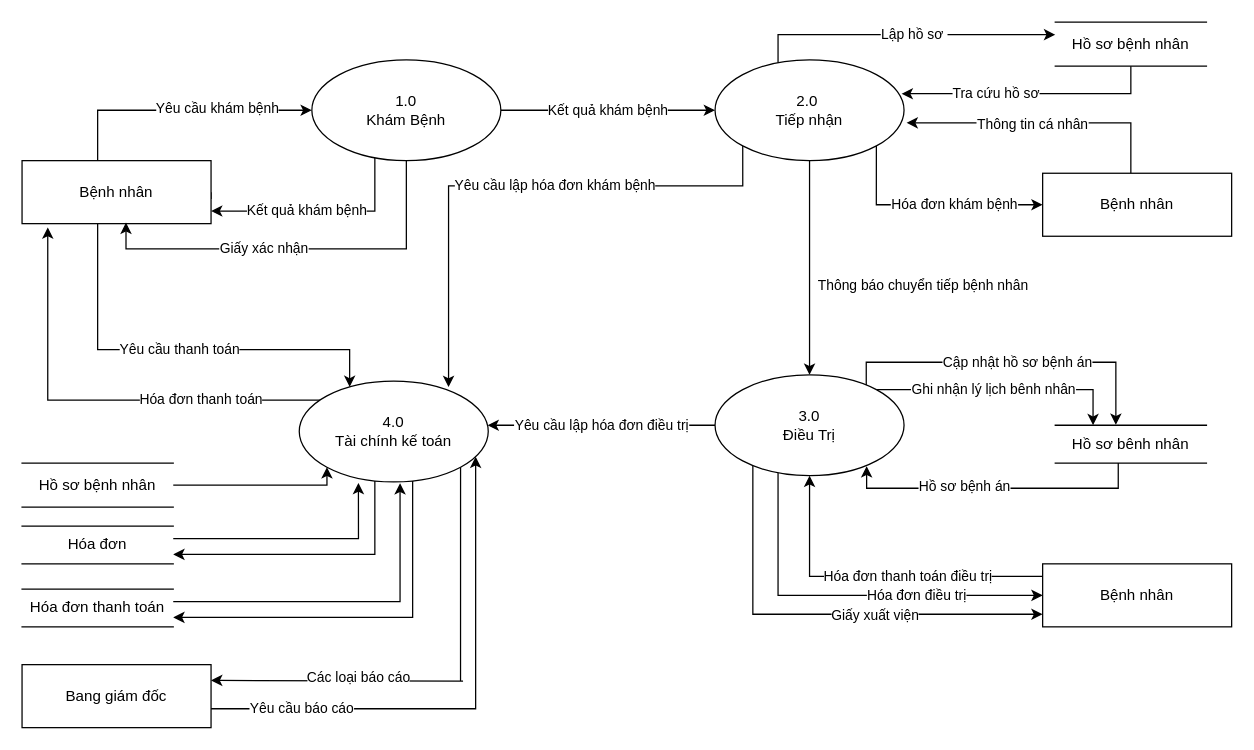
Nhatran241/HTTT keeps this draw.io diagram as MucDinh.drawio. Above is the earlier version. Source tidied: cells renumbered, new cells numbered last; positions are measured from the earlier drawing's top-left corner, leaving out a move shared by most shapes. Both pictures are drawn from the tidied source at 126%, with x=0, y=0 at pixel (21, 21).
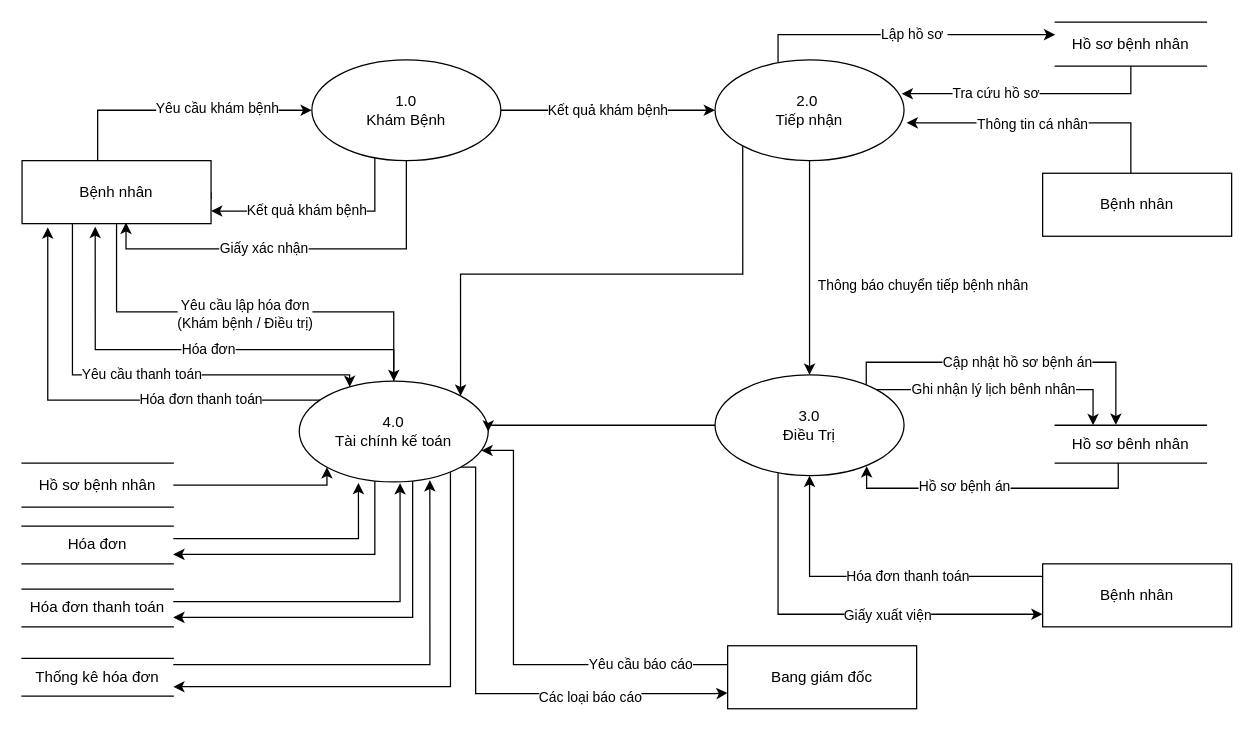
The same diagram, later.

The change refers to these unchanged cells:
```xml
<mxCell id="4" value="Bệnh nhân" style="rounded=0;whiteSpace=wrap;html=1;" parent="1" vertex="1">
  <mxGeometry y="110" width="150" height="50" as="geometry" />
</mxCell>
<mxCell id="14" value="2.0&amp;nbsp;&lt;br&gt;Tiếp nhận" style="ellipse;whiteSpace=wrap;html=1;" parent="1" vertex="1">
  <mxGeometry x="550" y="30" width="150" height="80" as="geometry" />
</mxCell>
<mxCell id="20" value="4.0&lt;br&gt;Tài chính kế toán" style="ellipse;whiteSpace=wrap;html=1;" parent="1" vertex="1">
  <mxGeometry x="220" y="285" width="150" height="80" as="geometry" />
</mxCell>
<mxCell id="28" value="3.0&lt;br&gt;Điều Trị" style="ellipse;whiteSpace=wrap;html=1;" parent="1" vertex="1">
  <mxGeometry x="550" y="280" width="150" height="80" as="geometry" />
</mxCell>
<mxCell id="33" value="Bệnh nhân" style="rounded=0;whiteSpace=wrap;html=1;" parent="1" vertex="1">
  <mxGeometry x="810" y="120" width="150" height="50" as="geometry" />
</mxCell>
<mxCell id="38" value="Bệnh nhân" style="rounded=0;whiteSpace=wrap;html=1;" parent="1" vertex="1">
  <mxGeometry x="810" y="430" width="150" height="50" as="geometry" />
</mxCell>
```

The edit, as a diff of the source:
```diff
@@
     <mxCell id="3" value="Yêu cầu thanh toán" style="edgeStyle=orthogonalEdgeStyle;rounded=0;jettySize=auto;html=1;" parent="1" edge="1" source="4" target="20">
       <mxGeometry relative="1" as="geometry">
         <Array as="points">
-          <mxPoint x="60" y="260" />
-          <mxPoint x="260" y="260" />
+          <mxPoint x="40" y="280" />
+          <mxPoint x="260" y="280" />
         </Array>
       </mxGeometry>
     </mxCell>
+    <mxCell id="47" style="edgeStyle=orthogonalEdgeStyle;rounded=0;jettySize=auto;html=1;" parent="1" edge="1" source="4" target="20">
+      <mxGeometry relative="1" as="geometry">
+        <Array as="points">
+          <mxPoint x="75" y="230" />
+          <mxPoint x="295" y="230" />
+        </Array>
+      </mxGeometry>
+    </mxCell>
+    <mxCell id="48" value="Yêu cầu lập hóa đơn&lt;br&gt;(Khám bệnh / Điều trị)" style="edgeLabel;html=1;align=center;verticalAlign=middle;" parent="47" vertex="1">
+      <mxGeometry x="-0.01" y="-1" relative="1" as="geometry" />
+    </mxCell>
@@
-    <mxCell id="11" style="edgeStyle=orthogonalEdgeStyle;rounded=0;jettySize=auto;html=1;exitX=0;exitY=1;exitDx=0;exitDy=0;entryX=0.79;entryY=0.059;entryDx=0;entryDy=0;entryPerimeter=0;" parent="1" edge="1" source="14" target="20">
+    <mxCell id="11" style="edgeStyle=orthogonalEdgeStyle;rounded=0;jettySize=auto;html=1;exitX=0;exitY=1;exitDx=0;exitDy=0;entryX=1;entryY=0;entryDx=0;entryDy=0;" parent="1" edge="1" source="14" target="20">
       <mxGeometry relative="1" as="geometry">
         <Array as="points">
-          <mxPoint x="572" y="130" />
-          <mxPoint x="339" y="130" />
+          <mxPoint x="572" y="200" />
+          <mxPoint x="348" y="200" />
         </Array>
       </mxGeometry>
     </mxCell>
-    <mxCell id="12" value="Yêu cầu lập hóa đơn khám bệnh" style="edgeLabel;html=1;align=center;verticalAlign=middle;" parent="11" vertex="1">
-      <mxGeometry x="0.03" y="-1" relative="1" as="geometry">
-        <mxPoint x="37.3" as="offset" />
-      </mxGeometry>
-    </mxCell>
-    <mxCell id="13" value="Hóa đơn khám bệnh" style="edgeStyle=orthogonalEdgeStyle;rounded=0;jettySize=auto;html=1;exitX=1;exitY=1;exitDx=0;exitDy=0;entryX=0;entryY=0.5;entryDx=0;entryDy=0;" parent="1" edge="1" source="14" target="33">
-      <mxGeometry x="0.22" relative="1" as="geometry">
-        <Array as="points">
-          <mxPoint x="678" y="145" />
-        </Array>
-      </mxGeometry>
-    </mxCell>
@@
-    <mxCell id="17" style="edgeStyle=orthogonalEdgeStyle;rounded=0;jettySize=auto;html=1;entryX=1;entryY=0.25;entryDx=0;entryDy=0;exitX=1;exitY=1;exitDx=0;exitDy=0;" parent="1" edge="1" source="20" target="44">
+    <mxCell id="17" style="edgeStyle=orthogonalEdgeStyle;rounded=0;jettySize=auto;html=1;exitX=1;exitY=1;exitDx=0;exitDy=0;entryX=0;entryY=0.75;entryDx=0;entryDy=0;" parent="1" edge="1" source="20" target="44">
       <mxGeometry relative="1" as="geometry">
         <Array as="points">
-          <mxPoint x="348" y="523" />
-          <mxPoint x="350" y="523" />
+          <mxPoint x="360" y="353" />
+          <mxPoint x="360" y="533" />
+          <mxPoint x="550" y="533" />
         </Array>
       </mxGeometry>
     </mxCell>
     <mxCell id="18" value="Các loại báo cáo" style="edgeLabel;html=1;align=center;verticalAlign=middle;" parent="17" vertex="1">
       <mxGeometry x="0.37" y="1" relative="1" as="geometry">
-        <mxPoint y="-4" as="offset" />
+        <mxPoint x="13.7" y="3" as="offset" />
       </mxGeometry>
     </mxCell>
@@
+    <mxCell id="49" style="edgeStyle=orthogonalEdgeStyle;rounded=0;jettySize=auto;html=1;entryX=0.387;entryY=1.049;entryDx=0;entryDy=0;entryPerimeter=0;" parent="1" edge="1" source="20" target="4">
+      <mxGeometry relative="1" as="geometry">
+        <Array as="points">
+          <mxPoint x="295" y="260" />
+          <mxPoint x="58" y="260" />
+        </Array>
+      </mxGeometry>
+    </mxCell>
+    <mxCell id="50" value="Hóa đơn" style="edgeLabel;html=1;align=center;verticalAlign=middle;" parent="49" vertex="1">
+      <mxGeometry x="-0.04" y="-1" relative="1" as="geometry" />
+    </mxCell>
+    <mxCell id="51" style="edgeStyle=orthogonalEdgeStyle;rounded=0;jettySize=auto;html=1;entryX=1;entryY=0.75;entryDx=0;entryDy=0;" parent="1" edge="1" source="20" target="53">
+      <mxGeometry relative="1" as="geometry">
+        <Array as="points">
+          <mxPoint x="340" y="528" />
+        </Array>
+      </mxGeometry>
+    </mxCell>
@@
     <mxCell id="22" style="edgeStyle=orthogonalEdgeStyle;rounded=0;jettySize=auto;html=1;" parent="1" edge="1" source="28">
       <mxGeometry relative="1" as="geometry">
         <mxPoint x="810" y="470" as="targetPoint" />
         <Array as="points">
-          <mxPoint x="580" y="470" />
+          <mxPoint x="600" y="470" />
         </Array>
       </mxGeometry>
     </mxCell>
@@
-    <mxCell id="24" value="Yêu cầu lập hóa đơn điều trị" style="edgeStyle=orthogonalEdgeStyle;rounded=0;jettySize=auto;html=1;" parent="1" edge="1" source="28" target="20">
-      <mxGeometry relative="1" as="geometry">
-        <Array as="points">
-          <mxPoint x="510" y="320" />
-          <mxPoint x="510" y="320" />
-        </Array>
-      </mxGeometry>
-    </mxCell>
@@
-    <mxCell id="27" value="Hóa đơn điều trị" style="edgeStyle=orthogonalEdgeStyle;rounded=0;jettySize=auto;html=1;entryX=0;entryY=0.5;entryDx=0;entryDy=0;" parent="1" edge="1" source="28" target="38">
-      <mxGeometry x="0.35" relative="1" as="geometry">
-        <Array as="points">
-          <mxPoint x="600" y="455" />
-        </Array>
-      </mxGeometry>
-    </mxCell>
+    <mxCell id="24" style="edgeStyle=orthogonalEdgeStyle;rounded=0;jettySize=auto;html=1;entryX=1;entryY=0.5;entryDx=0;entryDy=0;" parent="1" edge="1" source="28" target="20">
+      <mxGeometry relative="1" as="geometry">
+        <Array as="points">
+          <mxPoint x="370" y="320" />
+        </Array>
+      </mxGeometry>
+    </mxCell>
@@
-    <mxCell id="37" value="Hóa đơn thanh toán điều trị" style="edgeStyle=orthogonalEdgeStyle;rounded=0;jettySize=auto;html=1;exitX=0;exitY=0.25;exitDx=0;exitDy=0;" parent="1" edge="1" source="38" target="28">
+    <mxCell id="37" value="Hóa đơn thanh toán" style="edgeStyle=orthogonalEdgeStyle;rounded=0;jettySize=auto;html=1;exitX=0;exitY=0.25;exitDx=0;exitDy=0;" parent="1" edge="1" source="38" target="28">
       <mxGeometry x="-0.18" relative="1" as="geometry">
         <Array as="points">
           <mxPoint x="810" y="440" />
           <mxPoint x="625" y="440" />
         </Array>
       </mxGeometry>
     </mxCell>
@@
     <mxCell id="43" value="Yêu cầu báo cáo" style="edgeStyle=orthogonalEdgeStyle;rounded=0;jettySize=auto;html=1;" parent="1" edge="1" source="44" target="20">
-      <mxGeometry x="-0.65" relative="1" as="geometry">
+      <mxGeometry x="-0.62" relative="1" as="geometry">
         <Array as="points">
-          <mxPoint x="360" y="545" />
+          <mxPoint x="390" y="510" />
+          <mxPoint x="390" y="340" />
         </Array>
       </mxGeometry>
     </mxCell>
     <mxCell id="44" value="Bang giám đốc" style="rounded=0;whiteSpace=wrap;html=1;" parent="1" vertex="1">
-      <mxGeometry y="510" width="150" height="50" as="geometry" />
+      <mxGeometry x="560" y="495" width="150" height="50" as="geometry" />
     </mxCell>
@@
+    <mxCell id="52" style="edgeStyle=orthogonalEdgeStyle;rounded=0;jettySize=auto;html=1;entryX=0.691;entryY=0.982;entryDx=0;entryDy=0;entryPerimeter=0;" parent="1" edge="1" source="53" target="20">
+      <mxGeometry relative="1" as="geometry">
+        <Array as="points">
+          <mxPoint x="324" y="510" />
+        </Array>
+      </mxGeometry>
+    </mxCell>
+    <mxCell id="53" value="Thống kê hóa đơn" style="shape=partialRectangle;whiteSpace=wrap;html=1;left=0;right=0;fillColor=none;" parent="1" vertex="1">
+      <mxGeometry y="505" width="120" height="30" as="geometry" />
+    </mxCell>
```
